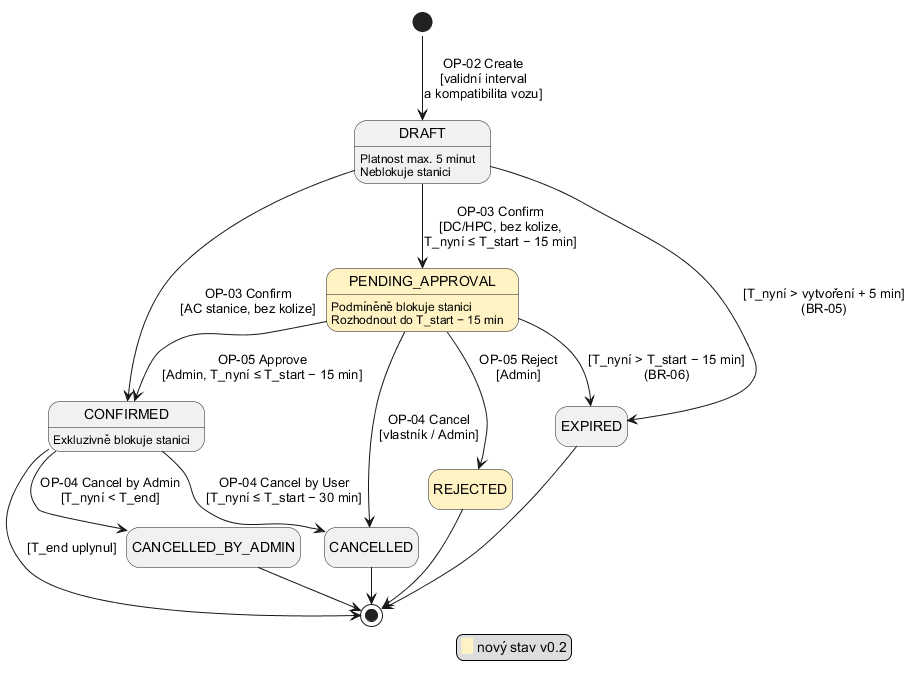
This is docs/diagrams/state_v02.png from Gangyss67/SWI_Charger_stations, a PlantUML export, as it was before one commit. The source it was exported from:
```plantuml
@startuml
!pragma layout smetana
skinparam defaultFontName Arial
skinparam state {
  BackgroundColor<<new>> #FFF3C4
}
hide empty description
state DRAFT : Platnost max. 5 minut\nNeblokuje stanici
state PENDING_APPROVAL <<new>> : Podmíněně blokuje stanici\nRozhodnout do T_start − 15 min
state CONFIRMED : Exkluzivně blokuje stanici
state REJECTED <<new>>
[*] --> DRAFT : OP-02 Create\n[validní interval\na kompatibilita vozu]
DRAFT --> CONFIRMED : OP-03 Confirm\n[AC stanice, bez kolize]
DRAFT --> PENDING_APPROVAL : OP-03 Confirm\n[DC/HPC, bez kolize,\nT_nyní ≤ T_start − 15 min]
DRAFT --> EXPIRED : [T_nyní > vytvoření + 5 min]\n(BR-05)
PENDING_APPROVAL --> CONFIRMED : OP-05 Approve\n[Admin, T_nyní ≤ T_start − 15 min]
PENDING_APPROVAL --> REJECTED : OP-05 Reject\n[Admin]
PENDING_APPROVAL --> CANCELLED : OP-04 Cancel\n[vlastník / Admin]
PENDING_APPROVAL --> EXPIRED : [T_nyní > T_start − 15 min]\n(BR-06)
CONFIRMED --> CANCELLED : OP-04 Cancel by User\n[T_nyní ≤ T_start − 30 min]
CONFIRMED --> CANCELLED_BY_ADMIN : OP-04 Cancel by Admin\n[T_nyní < T_end]
CONFIRMED --> [*] : [T_end uplynul]
CANCELLED --> [*]
CANCELLED_BY_ADMIN --> [*]
REJECTED --> [*]
EXPIRED --> [*]
legend right
  <back:#FFF3C4>   </back> nový stav v0.2
endlegend
@enduml
```
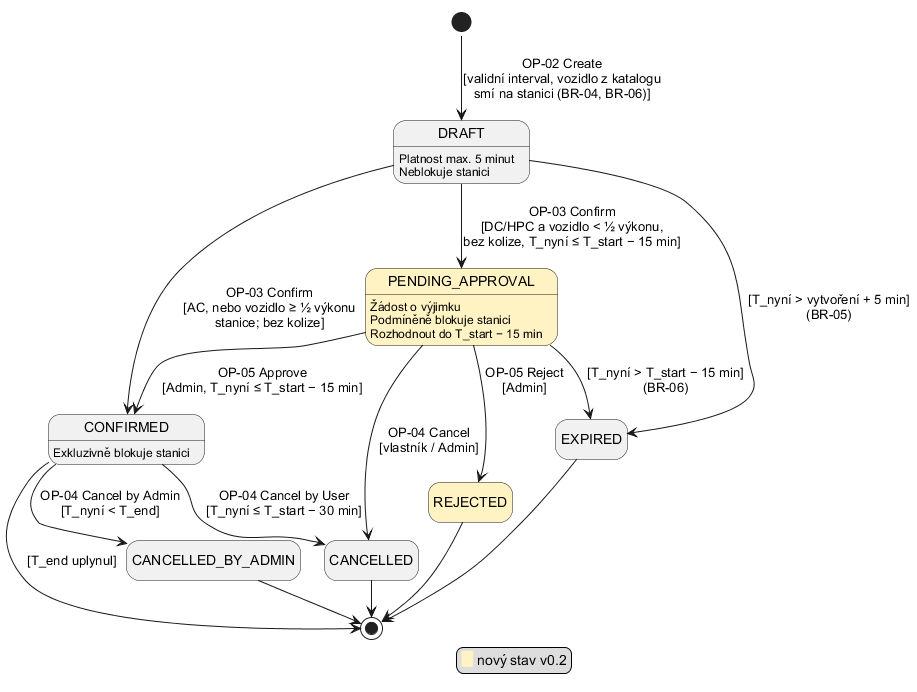
After the commit.

The edit, as a diff of the source:
```diff
@@ -6,12 +6,12 @@
 }
 hide empty description
 state DRAFT : Platnost max. 5 minut\nNeblokuje stanici
-state PENDING_APPROVAL <<new>> : Podmíněně blokuje stanici\nRozhodnout do T_start − 15 min
+state PENDING_APPROVAL <<new>> : Žádost o výjimku\nPodmíněně blokuje stanici\nRozhodnout do T_start − 15 min
 state CONFIRMED : Exkluzivně blokuje stanici
 state REJECTED <<new>>
-[*] --> DRAFT : OP-02 Create\n[validní interval\na kompatibilita vozu]
-DRAFT --> CONFIRMED : OP-03 Confirm\n[AC stanice, bez kolize]
-DRAFT --> PENDING_APPROVAL : OP-03 Confirm\n[DC/HPC, bez kolize,\nT_nyní ≤ T_start − 15 min]
+[*] --> DRAFT : OP-02 Create\n[validní interval, vozidlo z katalogu\nsmí na stanici (BR-04, BR-06)]
+DRAFT --> CONFIRMED : OP-03 Confirm\n[AC, nebo vozidlo ≥ ½ výkonu\nstanice; bez kolize]
+DRAFT --> PENDING_APPROVAL : OP-03 Confirm\n[DC/HPC a vozidlo < ½ výkonu,\nbez kolize, T_nyní ≤ T_start − 15 min]
 DRAFT --> EXPIRED : [T_nyní > vytvoření + 5 min]\n(BR-05)
 PENDING_APPROVAL --> CONFIRMED : OP-05 Approve\n[Admin, T_nyní ≤ T_start − 15 min]
 PENDING_APPROVAL --> REJECTED : OP-05 Reject\n[Admin]
```
